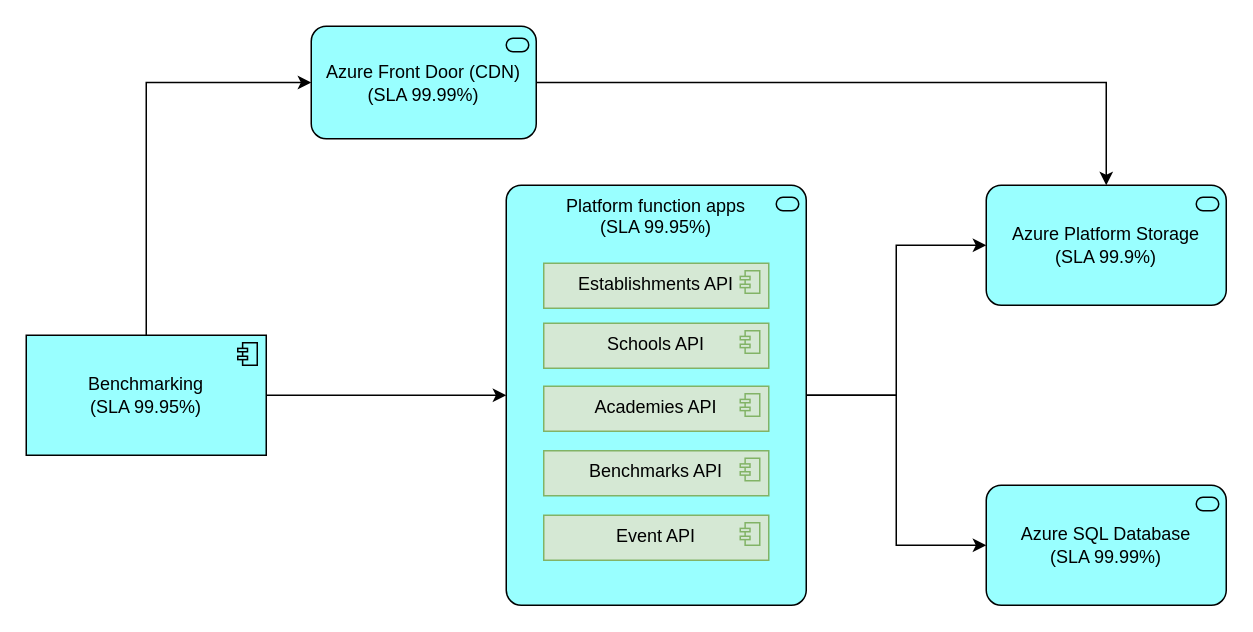
Before: page "Interaction Viewpoint" (8 of 25) of documentation/architecture/Example-Diagrams.drawio in DFE-Digital/education-benchmarking-and-insights, a draw.io diagram. Source tidied: cells renumbered, new cells numbered last; positions are measured from the earlier drawing's top-left corner, leaving out a move shared by most shapes. Both pictures are drawn from the tidied source at 150%, with x=0, y=0 at pixel (26, 26).
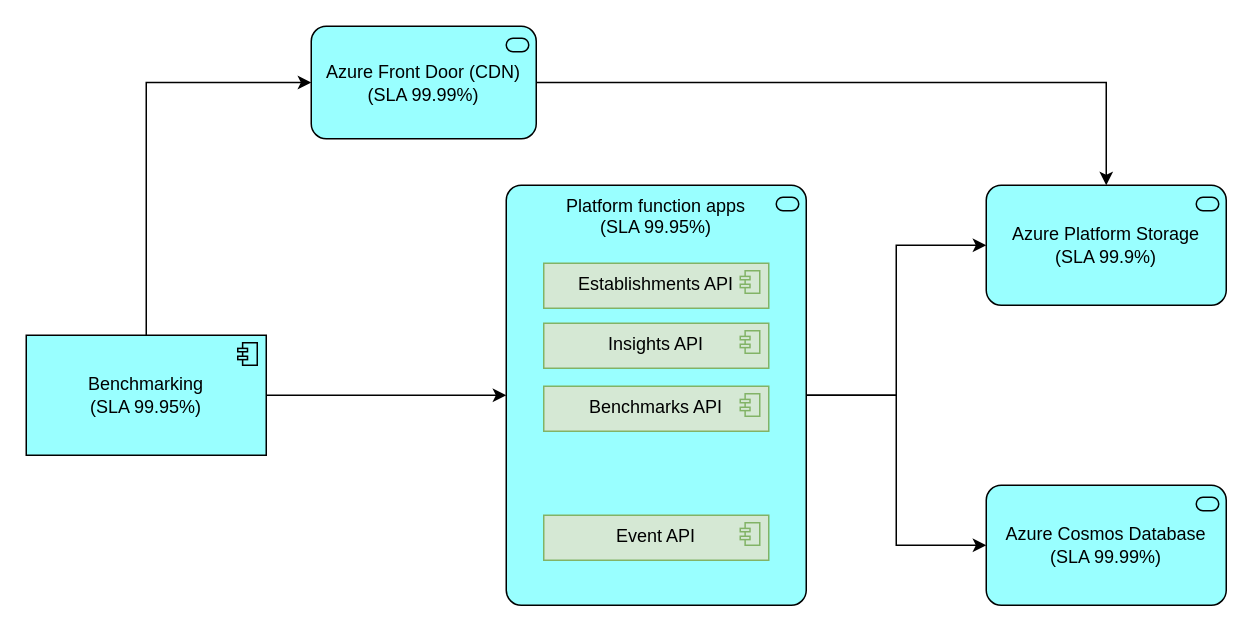
After the change.

Change to the diagram source:
```diff
@@
 <mxGraphModel>
   <root>
     <mxCell id="0" />
     <mxCell id="1" parent="0" />
     <mxCell id="2" style="edgeStyle=orthogonalEdgeStyle;rounded=0;jettySize=auto;html=1;exitX=1;exitY=0.5;exitDx=0;exitDy=0;exitPerimeter=0;entryX=0;entryY=0.5;entryDx=0;entryDy=0;entryPerimeter=0;" parent="1" edge="1" source="4" target="13">
       <mxGeometry relative="1" as="geometry" />
     </mxCell>
     <mxCell id="3" style="edgeStyle=orthogonalEdgeStyle;rounded=0;jettySize=auto;html=1;exitX=1;exitY=0.5;exitDx=0;exitDy=0;exitPerimeter=0;entryX=0;entryY=0.5;entryDx=0;entryDy=0;entryPerimeter=0;" parent="1" edge="1" source="4" target="16">
       <mxGeometry relative="1" as="geometry" />
     </mxCell>
     <mxCell id="4" value="Platform function apps&lt;br&gt;(SLA 99.95%)" style="html=1;outlineConnect=0;whiteSpace=wrap;fillColor=#99ffff;shape=mxgraph.archimate3.application;appType=serv;archiType=rounded;verticalAlign=top;" parent="1" vertex="1">
       <mxGeometry x="320" y="106" width="200" height="280" as="geometry" />
     </mxCell>
     <mxCell id="5" style="edgeStyle=orthogonalEdgeStyle;rounded=0;jettySize=auto;html=1;exitX=1;exitY=0.5;exitDx=0;exitDy=0;exitPerimeter=0;" parent="1" edge="1" source="7" target="4">
       <mxGeometry relative="1" as="geometry" />
     </mxCell>
     <mxCell id="6" style="edgeStyle=orthogonalEdgeStyle;rounded=0;jettySize=auto;html=1;exitX=0.5;exitY=0;exitDx=0;exitDy=0;exitPerimeter=0;entryX=0;entryY=0.5;entryDx=0;entryDy=0;entryPerimeter=0;" parent="1" edge="1" source="7" target="15">
       <mxGeometry relative="1" as="geometry" />
     </mxCell>
     <mxCell id="7" value="Benchmarking&lt;br&gt;(SLA 99.95%)" style="html=1;outlineConnect=0;whiteSpace=wrap;fillColor=#99ffff;shape=mxgraph.archimate3.application;appType=comp;archiType=square;" parent="1" vertex="1">
       <mxGeometry y="206" width="160" height="80" as="geometry" />
     </mxCell>
     <mxCell id="8" value="Event API" style="html=1;whiteSpace=wrap;fillColor=#d5e8d4;shape=mxgraph.archimate3.application;appType=comp;archiType=square;verticalAlign=top;strokeColor=#82b366;" parent="1" vertex="1">
       <mxGeometry x="345" y="326" width="150" height="30" as="geometry" />
     </mxCell>
     <mxCell id="9" value="Establishments API" style="html=1;whiteSpace=wrap;fillColor=#d5e8d4;shape=mxgraph.archimate3.application;appType=comp;archiType=square;verticalAlign=top;strokeColor=#82b366;" parent="1" vertex="1">
       <mxGeometry x="345" y="158" width="150" height="30" as="geometry" />
     </mxCell>
-    <mxCell id="10" value="Schools API" style="html=1;whiteSpace=wrap;fillColor=#d5e8d4;shape=mxgraph.archimate3.application;appType=comp;archiType=square;verticalAlign=top;strokeColor=#82b366;" parent="1" vertex="1">
+    <mxCell id="10" value="Insights API" style="html=1;whiteSpace=wrap;fillColor=#d5e8d4;shape=mxgraph.archimate3.application;appType=comp;archiType=square;verticalAlign=top;strokeColor=#82b366;" parent="1" vertex="1">
       <mxGeometry x="345" y="198" width="150" height="30" as="geometry" />
     </mxCell>
-    <mxCell id="11" value="Academies API" style="html=1;whiteSpace=wrap;fillColor=#d5e8d4;shape=mxgraph.archimate3.application;appType=comp;archiType=square;verticalAlign=top;strokeColor=#82b366;" parent="1" vertex="1">
+    <mxCell id="11" value="Benchmarks API" style="html=1;whiteSpace=wrap;fillColor=#d5e8d4;shape=mxgraph.archimate3.application;appType=comp;archiType=square;verticalAlign=top;strokeColor=#82b366;" parent="1" vertex="1">
       <mxGeometry x="345" y="240" width="150" height="30" as="geometry" />
     </mxCell>
-    <mxCell id="12" value="Benchmarks API" style="html=1;whiteSpace=wrap;fillColor=#d5e8d4;shape=mxgraph.archimate3.application;appType=comp;archiType=square;verticalAlign=top;strokeColor=#82b366;" parent="1" vertex="1">
-      <mxGeometry x="345" y="283" width="150" height="30" as="geometry" />
-    </mxCell>
     <mxCell id="13" value="Azure Platform Storage&lt;br&gt;(SLA 99.9%)" style="html=1;outlineConnect=0;whiteSpace=wrap;fillColor=#99ffff;shape=mxgraph.archimate3.application;appType=serv;archiType=rounded;" parent="1" vertex="1">
       <mxGeometry x="640" y="106" width="160" height="80" as="geometry" />
     </mxCell>
     <mxCell id="14" style="edgeStyle=orthogonalEdgeStyle;rounded=0;jettySize=auto;html=1;exitX=1;exitY=0.5;exitDx=0;exitDy=0;exitPerimeter=0;entryX=0.5;entryY=0;entryDx=0;entryDy=0;entryPerimeter=0;" parent="1" edge="1" source="15" target="13">
       <mxGeometry relative="1" as="geometry" />
     </mxCell>
     <mxCell id="15" value="Azure Front Door (CDN)&lt;br&gt;(SLA 99.99%)" style="html=1;outlineConnect=0;whiteSpace=wrap;fillColor=#99ffff;shape=mxgraph.archimate3.application;appType=serv;archiType=rounded;" parent="1" vertex="1">
       <mxGeometry x="190" width="150" height="75" as="geometry" />
     </mxCell>
-    <mxCell id="16" value="Azure SQL Database&lt;br&gt;(SLA 99.99%)" style="html=1;outlineConnect=0;whiteSpace=wrap;fillColor=#99ffff;shape=mxgraph.archimate3.application;appType=serv;archiType=rounded;" parent="1" vertex="1">
+    <mxCell id="16" value="Azure Cosmos Database&lt;br&gt;(SLA 99.99%)" style="html=1;outlineConnect=0;whiteSpace=wrap;fillColor=#99ffff;shape=mxgraph.archimate3.application;appType=serv;archiType=rounded;" parent="1" vertex="1">
       <mxGeometry x="640" y="306" width="160" height="80" as="geometry" />
     </mxCell>
   </root>
 </mxGraphModel>
```
